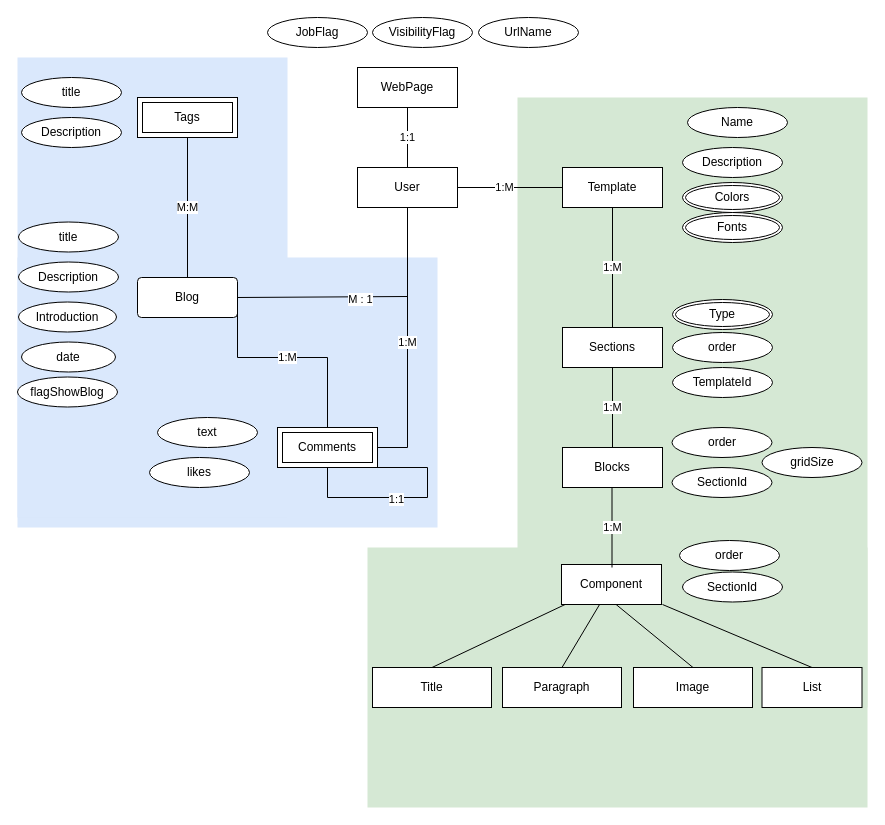
Before: ER_dynamization.drawio in richruizv/platzi_master_startup, a draw.io diagram. Source tidied: cells renumbered, new cells numbered last; positions are measured from the earlier drawing's top-left corner, leaving out a move shared by most shapes. Both pictures are drawn from the tidied source at 100%, with x=0, y=0 at pixel (17, 17).
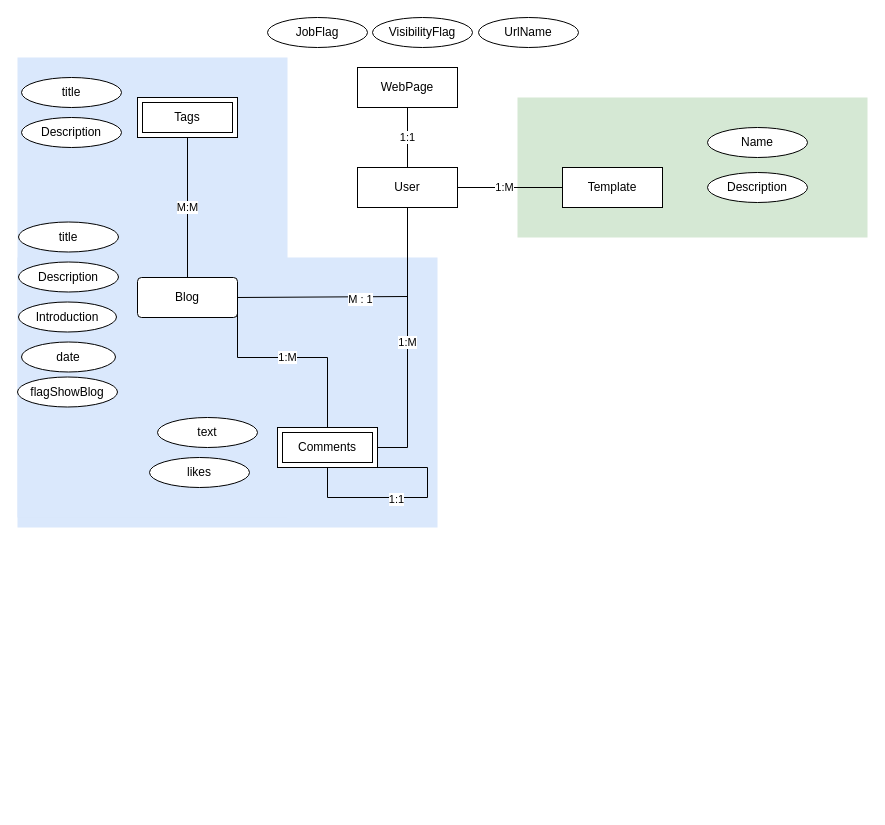
The same page after the edit.

What changed in the source:
```diff
@@
-    <mxCell id="2" style="rounded=0;whiteSpace=wrap;html=1;fillColor=#d5e8d4;strokeColor=none;" parent="1" vertex="1">
-      <mxGeometry x="350" y="530" width="500" height="260" as="geometry" />
-    </mxCell>
     <mxCell id="3" style="rounded=0;whiteSpace=wrap;html=1;fillColor=#d5e8d4;strokeColor=none;" parent="1" vertex="1">
-      <mxGeometry x="500" y="80" width="350" height="610" as="geometry" />
+      <mxGeometry x="500" y="80" width="350" height="140" as="geometry" />
     </mxCell>
@@
     <mxCell id="20" value="Name" style="ellipse;whiteSpace=wrap;html=1;align=center;" parent="1" vertex="1">
-      <mxGeometry x="670" y="90" width="100" height="30" as="geometry" />
+      <mxGeometry x="690" y="110" width="100" height="30" as="geometry" />
     </mxCell>
     <mxCell id="21" value="Description" style="ellipse;whiteSpace=wrap;html=1;align=center;" parent="1" vertex="1">
-      <mxGeometry x="665" y="130" width="100" height="30" as="geometry" />
+      <mxGeometry x="690" y="155" width="100" height="30" as="geometry" />
     </mxCell>
@@
-    <mxCell id="28" value="Sections" style="whiteSpace=wrap;html=1;align=center;" parent="1" vertex="1">
-      <mxGeometry x="545" y="310" width="100" height="40" as="geometry" />
-    </mxCell>
-    <mxCell id="29" value="Colors" style="ellipse;shape=doubleEllipse;margin=3;whiteSpace=wrap;html=1;align=center;" parent="1" vertex="1">
-      <mxGeometry x="665" y="165" width="100" height="30" as="geometry" />
-    </mxCell>
-    <mxCell id="30" value="Fonts" style="ellipse;shape=doubleEllipse;margin=3;whiteSpace=wrap;html=1;align=center;" parent="1" vertex="1">
-      <mxGeometry x="665" y="195" width="100" height="30" as="geometry" />
-    </mxCell>
@@
-    <mxCell id="39" value="1:M" style="endArrow=none;html=1;rounded=0;entryX=0.5;entryY=0;entryDx=0;entryDy=0;" parent="1" edge="1" target="28">
-      <mxGeometry relative="1" as="geometry">
-        <mxPoint x="595" y="190" as="sourcePoint" />
-      </mxGeometry>
-    </mxCell>
-    <mxCell id="40" value="Type" style="ellipse;shape=doubleEllipse;margin=3;whiteSpace=wrap;html=1;align=center;" parent="1" vertex="1">
-      <mxGeometry x="655" y="282" width="100" height="30" as="geometry" />
-    </mxCell>
-    <mxCell id="41" value="SectionId" style="ellipse;whiteSpace=wrap;html=1;align=center;" parent="1" vertex="1">
-      <mxGeometry x="665" y="554.5" width="100" height="30" as="geometry" />
-    </mxCell>
-    <mxCell id="42" value="TemplateId" style="ellipse;whiteSpace=wrap;html=1;align=center;" parent="1" vertex="1">
-      <mxGeometry x="655" y="350" width="100" height="30" as="geometry" />
-    </mxCell>
-    <mxCell id="43" value="order" style="ellipse;whiteSpace=wrap;html=1;align=center;" parent="1" vertex="1">
-      <mxGeometry x="662" y="523" width="100" height="30" as="geometry" />
-    </mxCell>
-    <mxCell id="44" value="order" style="ellipse;whiteSpace=wrap;html=1;align=center;" parent="1" vertex="1">
-      <mxGeometry x="655" y="315" width="100" height="30" as="geometry" />
-    </mxCell>
-    <mxCell id="45" value="1:M" style="endArrow=none;html=1;rounded=0;" parent="1" edge="1">
-      <mxGeometry relative="1" as="geometry">
-        <mxPoint x="595" y="350" as="sourcePoint" />
-        <mxPoint x="595" y="430" as="targetPoint" />
-      </mxGeometry>
-    </mxCell>
-    <mxCell id="46" value="Component" style="whiteSpace=wrap;html=1;align=center;" parent="1" vertex="1">
-      <mxGeometry x="544" y="547" width="100" height="40" as="geometry" />
-    </mxCell>
-    <mxCell id="47" value="Image" style="whiteSpace=wrap;html=1;align=center;" parent="1" vertex="1">
-      <mxGeometry x="616" y="650" width="119" height="40" as="geometry" />
-    </mxCell>
-    <mxCell id="48" value="Paragraph" style="whiteSpace=wrap;html=1;align=center;" parent="1" vertex="1">
-      <mxGeometry x="485" y="650" width="119" height="40" as="geometry" />
-    </mxCell>
-    <mxCell id="49" value="Title" style="whiteSpace=wrap;html=1;align=center;" parent="1" vertex="1">
-      <mxGeometry x="355" y="650" width="119" height="40" as="geometry" />
-    </mxCell>
-    <mxCell id="50" value="List" style="whiteSpace=wrap;html=1;align=center;" parent="1" vertex="1">
-      <mxGeometry x="744.5" y="650" width="100" height="40" as="geometry" />
-    </mxCell>
-    <mxCell id="51" value="gridSize" style="ellipse;whiteSpace=wrap;html=1;align=center;" parent="1" vertex="1">
-      <mxGeometry x="744.5" y="430" width="100" height="30" as="geometry" />
-    </mxCell>
-    <mxCell id="52" value="Blocks" style="whiteSpace=wrap;html=1;align=center;" parent="1" vertex="1">
-      <mxGeometry x="545" y="430" width="100" height="40" as="geometry" />
-    </mxCell>
-    <mxCell id="53" value="1:M" style="endArrow=none;html=1;rounded=0;" parent="1" edge="1">
-      <mxGeometry relative="1" as="geometry">
-        <mxPoint x="594.5" y="470" as="sourcePoint" />
-        <mxPoint x="594.5" y="550" as="targetPoint" />
-      </mxGeometry>
-    </mxCell>
-    <mxCell id="54" value="order" style="ellipse;whiteSpace=wrap;html=1;align=center;" parent="1" vertex="1">
-      <mxGeometry x="654.5" y="410" width="100" height="30" as="geometry" />
-    </mxCell>
-    <mxCell id="55" value="SectionId" style="ellipse;whiteSpace=wrap;html=1;align=center;" parent="1" vertex="1">
-      <mxGeometry x="654.5" y="450" width="100" height="30" as="geometry" />
-    </mxCell>
-    <mxCell id="56" style="endArrow=none;html=1;rounded=0;entryX=0.5;entryY=0;entryDx=0;entryDy=0;" parent="1" edge="1" source="46" target="48">
-      <mxGeometry relative="1" as="geometry" />
-    </mxCell>
-    <mxCell id="57" style="endArrow=none;html=1;rounded=0;entryX=0.5;entryY=0;entryDx=0;entryDy=0;" parent="1" edge="1" target="47">
-      <mxGeometry relative="1" as="geometry">
-        <mxPoint x="598.6" y="587" as="sourcePoint" />
-      </mxGeometry>
-    </mxCell>
-    <mxCell id="58" style="endArrow=none;html=1;rounded=0;entryX=0.5;entryY=0;entryDx=0;entryDy=0;" parent="1" edge="1" target="50">
-      <mxGeometry relative="1" as="geometry">
-        <mxPoint x="645" y="587" as="sourcePoint" />
-      </mxGeometry>
-    </mxCell>
-    <mxCell id="59" style="endArrow=none;html=1;rounded=0;entryX=0.5;entryY=0;entryDx=0;entryDy=0;" parent="1" edge="1" target="49">
-      <mxGeometry relative="1" as="geometry">
-        <mxPoint x="547.6" y="587" as="sourcePoint" />
-      </mxGeometry>
-    </mxCell>
+    <mxCell id="60" style="edgeStyle=orthogonalEdgeStyle;rounded=0;orthogonalLoop=1;jettySize=auto;html=1;exitX=0.5;exitY=1;exitDx=0;exitDy=0;" parent="1" edge="1" source="3" target="3">
+      <mxGeometry relative="1" as="geometry" />
+    </mxCell>
```
